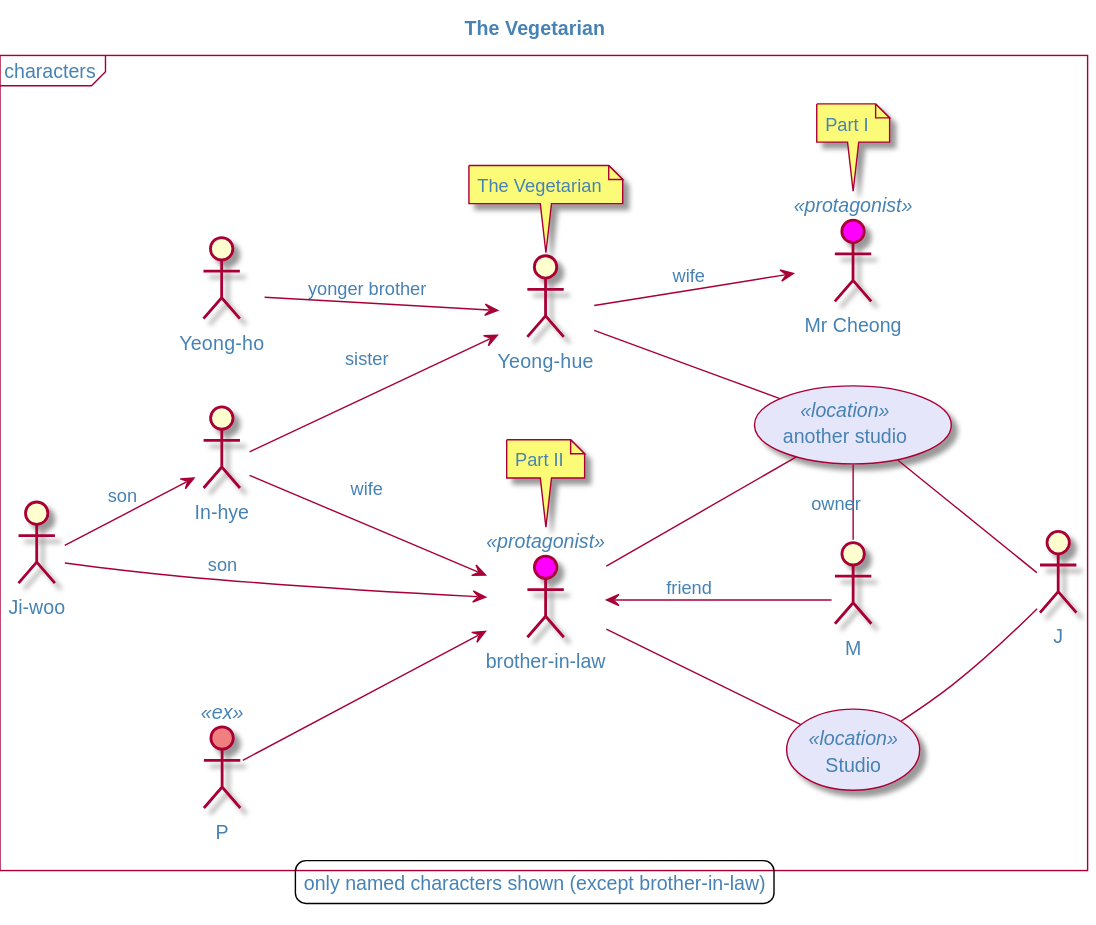
olek3/reading keeps this PlantUML diagram as The Vegetarian/The Vegetarian-The_Vegetarian.svg. Above is the earlier version.
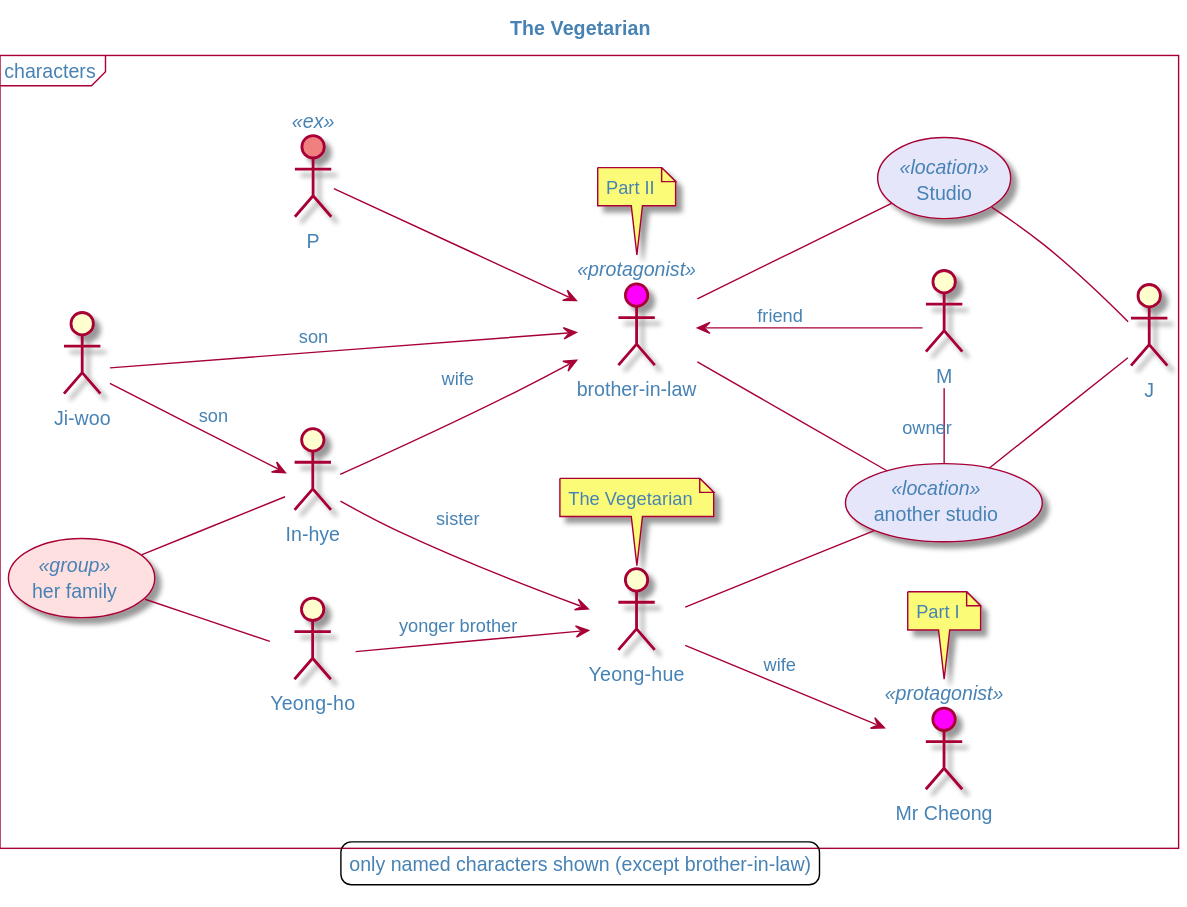
Later version of the same file.

Diff of the diagram source:
```diff
@@ -43,7 +43,7 @@
 
 he -- mstudio
 
-mstudio - :M: : owner
+:M: - mstudio : owner
 
 he <-- :M: : friend
 
@@ -53,4 +53,9 @@
 :P:<<ex>>
 
 :P: --> he
+
+(her family) as family <<group>>
+
+family -- sister
+family -- brother
 @enduml
```
